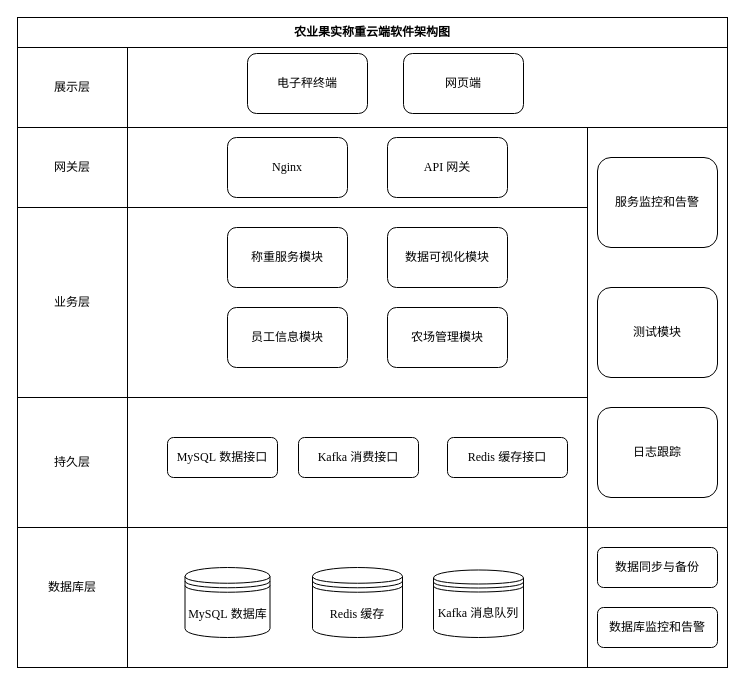
This is design/软件分层架构图.dio from akynazh/aws, a draw.io file, before an edit. Source tidied: cells renumbered, new cells numbered last; positions are measured from the earlier drawing's top-left corner, leaving out a move shared by most shapes. Both pictures are drawn from the tidied source at 100%, with x=0, y=0 at pixel (17, 17).
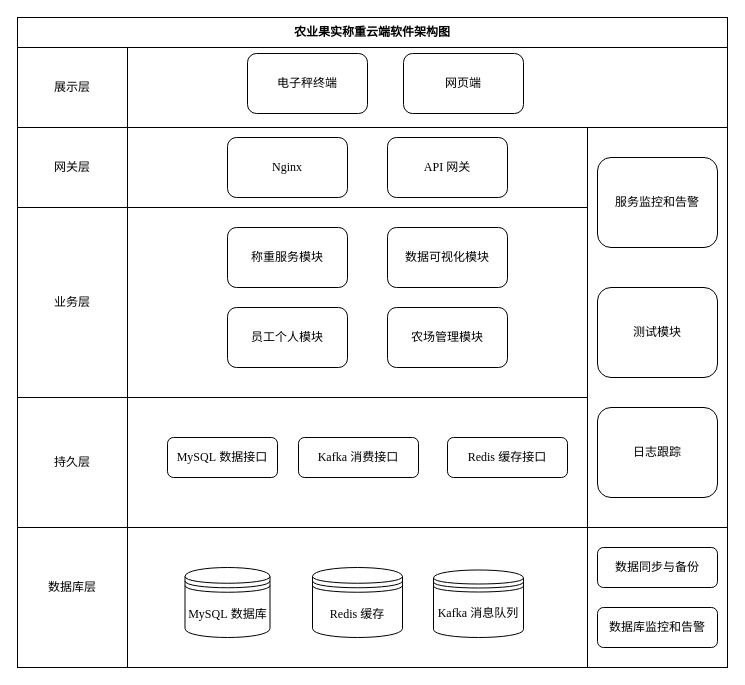
The same page after the edit.

Change to the diagram source:
```diff
@@
-    <mxCell id="32" value="员工信息模块" style="rounded=1;whiteSpace=wrap;html=1;fontFamily=Songti SC;" parent="1" vertex="1">
+    <mxCell id="32" value="员工个人模块" style="rounded=1;whiteSpace=wrap;html=1;fontFamily=Songti SC;" parent="1" vertex="1">
       <mxGeometry x="210" y="290" width="120" height="60" as="geometry" />
     </mxCell>
```
